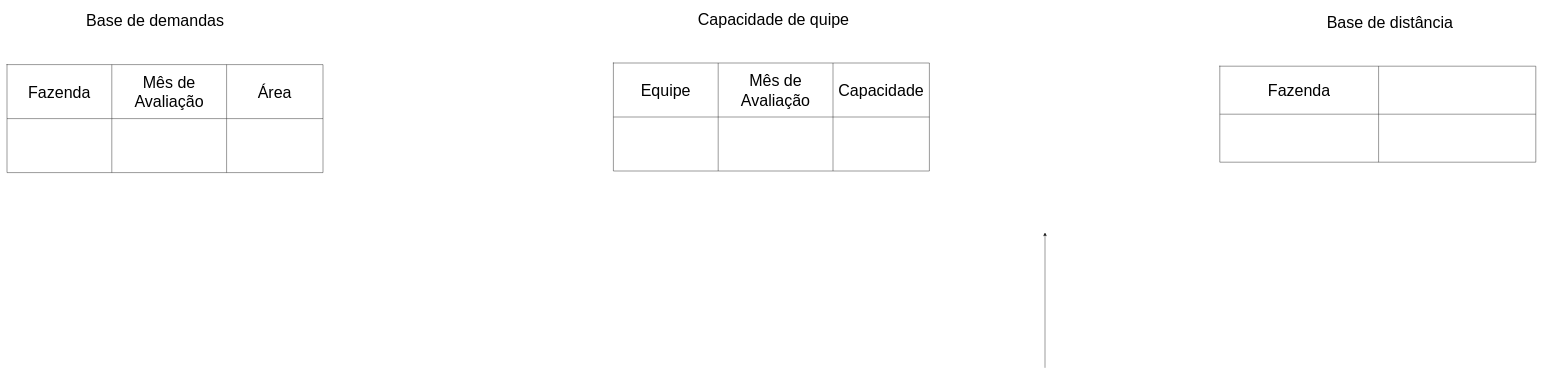
Above: otimizacao.drawio in Ga-Moura/otimizacao (draw.io), before the change. Source tidied: cells renumbered, new cells numbered last; positions are measured from the earlier drawing's top-left corner, leaving out a move shared by most shapes. Both pictures are drawn from the tidied source at 40%, with x=0, y=0 at pixel (7, 7).
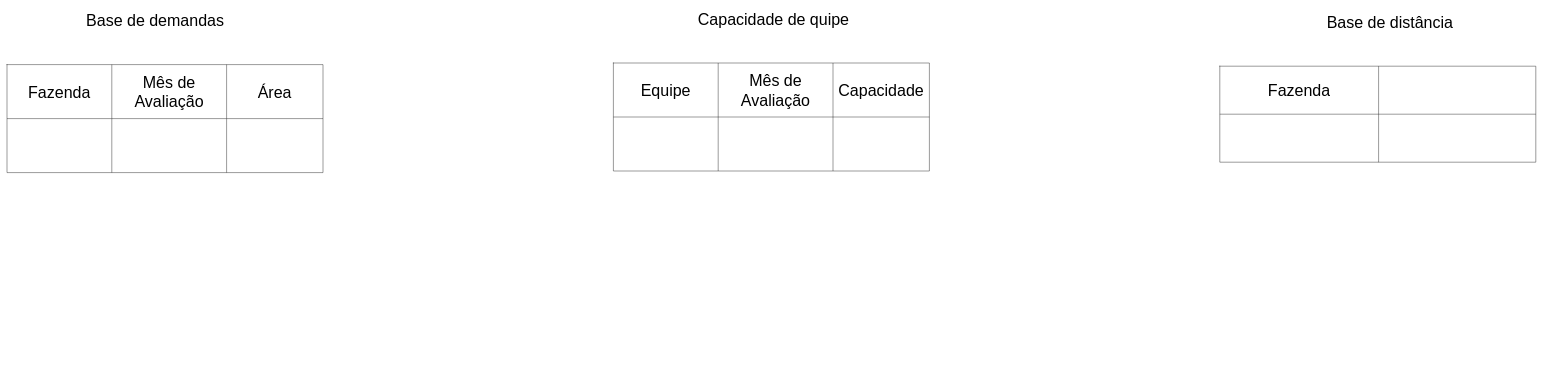
After the change.

Diff of the diagram source:
```diff
@@
-    <mxCell id="2" style="edgeStyle=none;html=1;fontSize=40;fontColor=#FFFFFF;" parent="1" edge="1">
-      <mxGeometry relative="1" as="geometry">
-        <mxPoint x="2595" y="902" as="sourcePoint" />
-        <mxPoint x="2595" y="564" as="targetPoint" />
-      </mxGeometry>
-    </mxCell>
```
